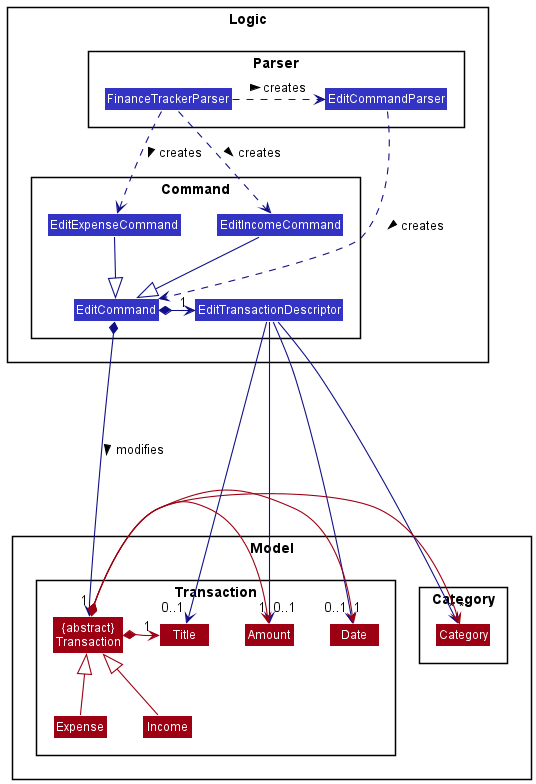
The PlantUML diagram docs/images/EditTransactionClassDiagram.png in wltan/tp, before a commit. Source of this version:
```plantuml
@startuml
!include style.puml
skinparam arrowThickness 1.1
skinparam arrowColor LOGIC_COLOR_T4
skinparam classBackgroundColor LOGIC_COLOR

package Logic {

package Parser {
Class FinanceTrackerParser
Class EditCommandParser
}

package Command {
Class EditCommand
Class EditExpenseCommand
Class EditIncomeCommand
Class EditTransactionDescriptor
}
}


package Model {

package Transaction {
Class Expense MODEL_COLOR
Class Income MODEL_COLOR
Class "{abstract}\nTransaction" as Transaction MODEL_COLOR
Class Title MODEL_COLOR
Class Amount MODEL_COLOR
Class Date MODEL_COLOR
}
package Category {
Class Category MODEL_COLOR
}
}

FinanceTrackerParser .> EditCommandParser: creates >
EditCommandParser .> EditCommand: creates >

FinanceTrackerParser ..> EditExpenseCommand: creates >
FinanceTrackerParser ..> EditIncomeCommand: creates >

EditExpenseCommand --|> EditCommand
EditIncomeCommand --|> EditCommand
EditCommand *-> "1" EditTransactionDescriptor
EditCommand *----> "1" Transaction: modifies >

EditTransactionDescriptor --> "0..1" Title
EditTransactionDescriptor --> "0..1" Amount
EditTransactionDescriptor --> "0..1" Date
EditTransactionDescriptor --> "*" Category

Expense -up-|> Transaction MODEL_COLOR
Income -up-|> Transaction MODEL_COLOR
Transaction *-> "1" Title MODEL_COLOR
Transaction *-> "1" Amount MODEL_COLOR
Transaction *-> "1" Date MODEL_COLOR
Transaction *-> "*" Category MODEL_COLOR

@enduml
```
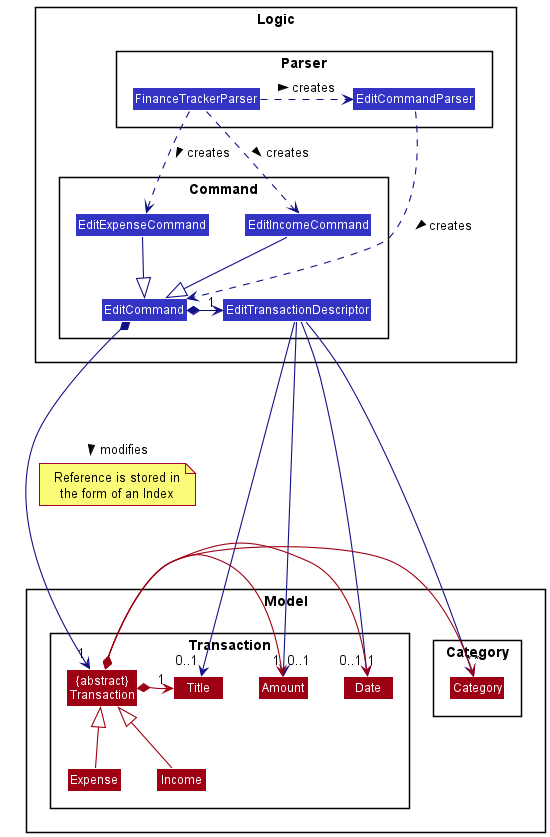
Later version of the same file.

Diff of the diagram source:
```diff
@@ -46,6 +46,8 @@
 EditCommand *-> "1" EditTransactionDescriptor
 EditCommand *----> "1" Transaction: modifies >
 
+note bottom on link: Reference is stored in\nthe form of an Index
+
 EditTransactionDescriptor --> "0..1" Title
 EditTransactionDescriptor --> "0..1" Amount
 EditTransactionDescriptor --> "0..1" Date
```
